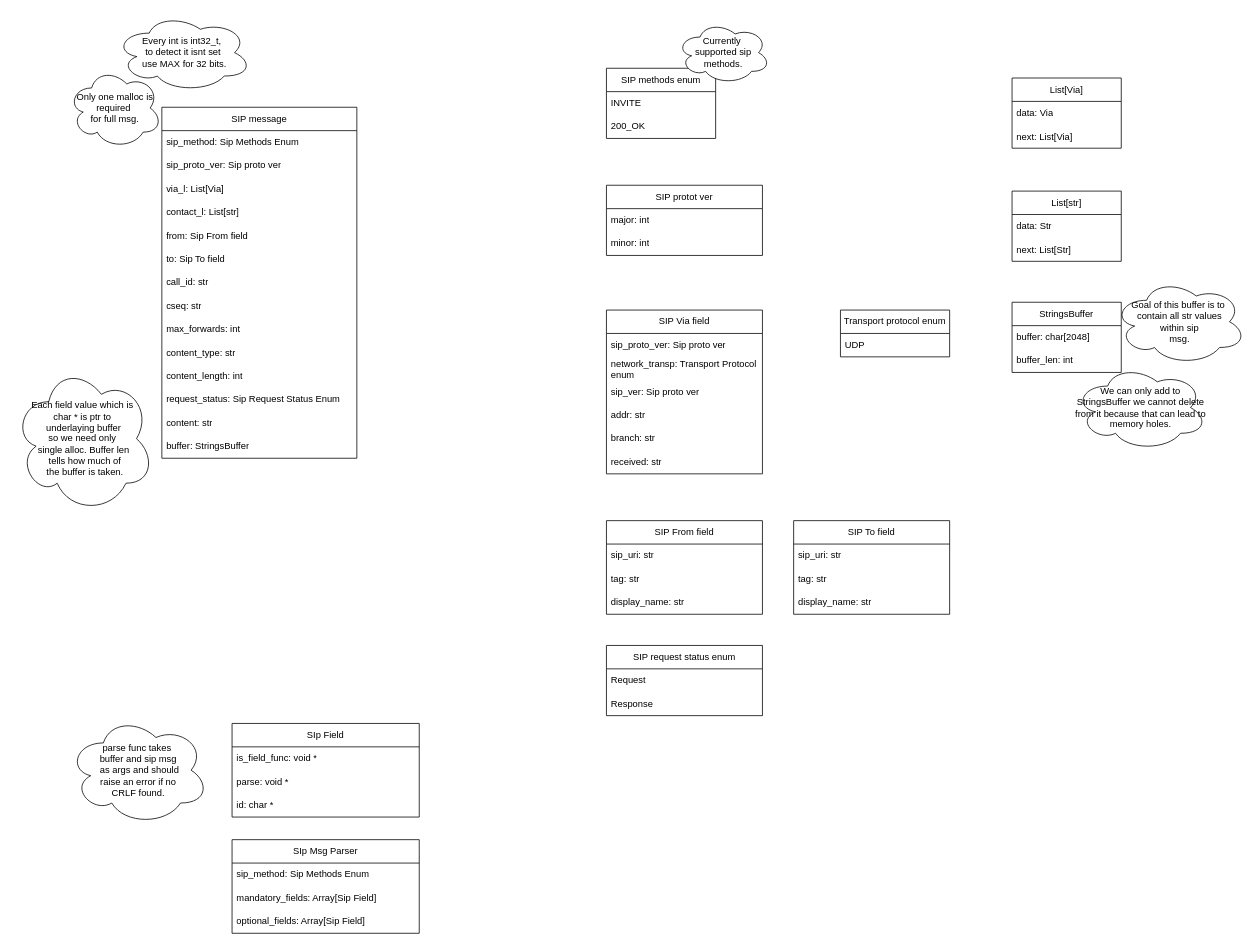
Earlier version of the draw.io diagram page "Data structures" (1 of 2) of docs/architecture.drawio (KubaTaba1uga/c_minilib_sip_codec). Source tidied: cells renumbered, new cells numbered last; positions are measured from the earlier drawing's top-left corner, leaving out a move shared by most shapes. Both pictures are drawn from the tidied source at 78%, with x=0, y=0 at pixel (13, 13).
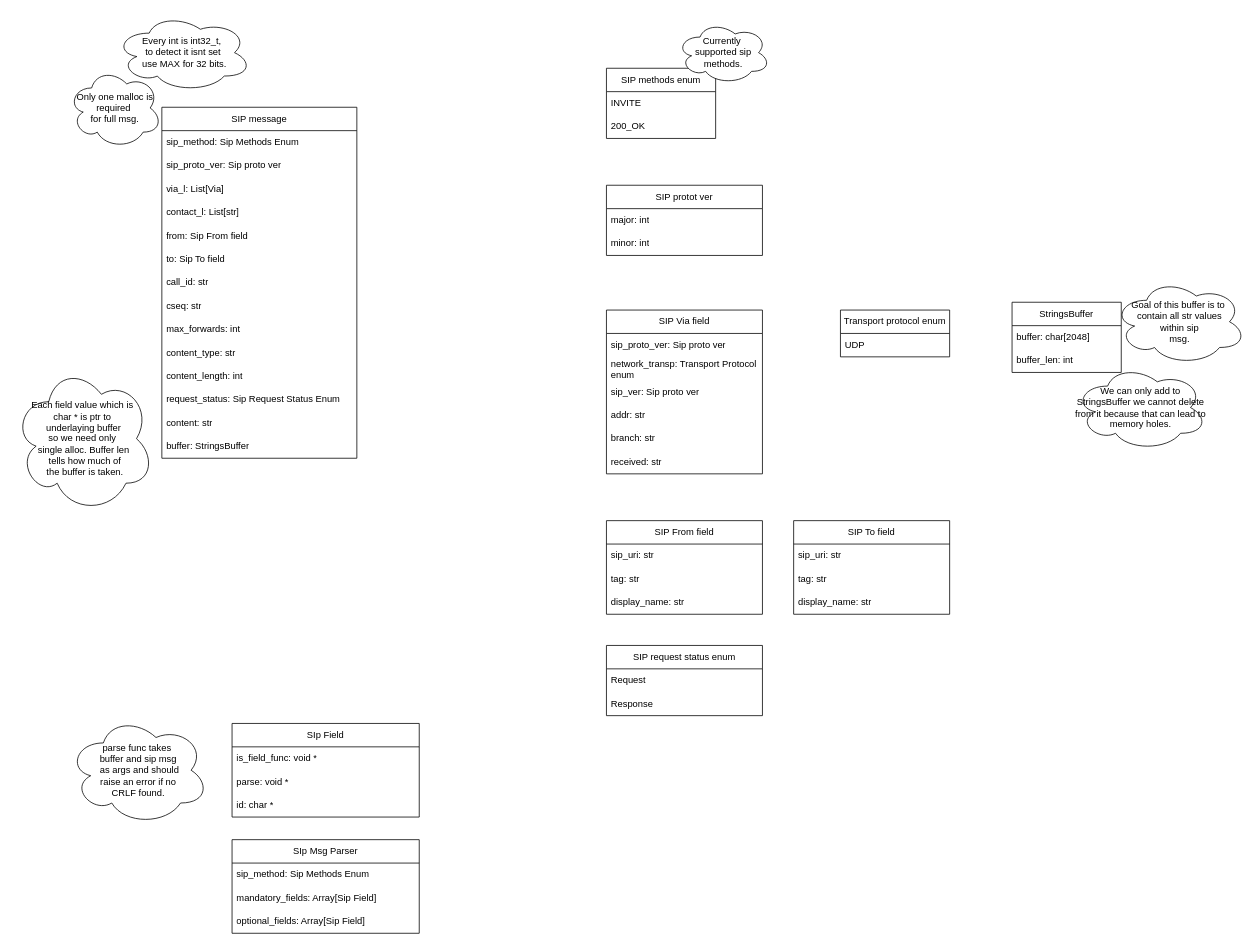
The same page after the edit.

The edit, as a diff of the source:
```diff
@@
-    <mxCell id="56" value="List[Via]" style="swimlane;fontStyle=0;horizontal=1;startSize=30;whiteSpace=wrap;html=1;" parent="1" vertex="1">
-      <mxGeometry x="1280" y="82.5" width="140" height="90" as="geometry" />
-    </mxCell>
-    <mxCell id="57" value="data: Via" style="text;strokeColor=none;fillColor=none;align=left;verticalAlign=middle;spacingLeft=4;spacingRight=4;overflow=hidden;whiteSpace=wrap;html=1;" parent="56" vertex="1">
-      <mxGeometry y="30" width="140" height="30" as="geometry" />
-    </mxCell>
-    <mxCell id="58" value="next: List[Via]" style="text;strokeColor=none;fillColor=none;align=left;verticalAlign=middle;spacingLeft=4;spacingRight=4;overflow=hidden;whiteSpace=wrap;html=1;" parent="56" vertex="1">
-      <mxGeometry y="60" width="140" height="30" as="geometry" />
-    </mxCell>
-    <mxCell id="59" value="List[str]" style="swimlane;fontStyle=0;horizontal=1;startSize=30;whiteSpace=wrap;html=1;" parent="1" vertex="1">
-      <mxGeometry x="1280" y="227.5" width="140" height="90" as="geometry" />
-    </mxCell>
-    <mxCell id="60" value="data: Str" style="text;strokeColor=none;fillColor=none;align=left;verticalAlign=middle;spacingLeft=4;spacingRight=4;overflow=hidden;whiteSpace=wrap;html=1;" parent="59" vertex="1">
-      <mxGeometry y="30" width="140" height="30" as="geometry" />
-    </mxCell>
-    <mxCell id="61" value="next: List[Str]" style="text;strokeColor=none;fillColor=none;align=left;verticalAlign=middle;spacingLeft=4;spacingRight=4;overflow=hidden;whiteSpace=wrap;html=1;" parent="59" vertex="1">
-      <mxGeometry y="60" width="140" height="30" as="geometry" />
-    </mxCell>
```
